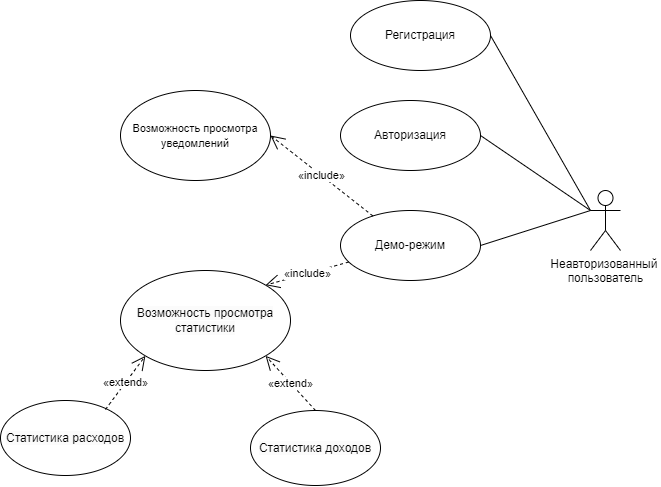
This is documentation/diagrams/Use_case_diagram_nonau.png from money-pie/moneypie, a draw.io export, as it was before one commit. Source tidied: cells renumbered, new cells last; positions are measured from the earlier drawing's top-left corner, leaving out a move shared by most shapes.
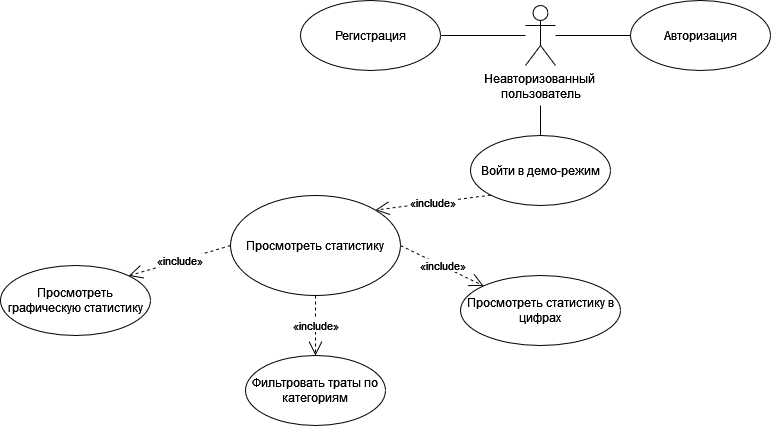
After the commit.

What changed in the source:
```diff
@@ -3,51 +3,51 @@
     <mxCell id="0" />
     <mxCell id="1" parent="0" />
     <mxCell id="2" value="Неавторизованный&amp;nbsp;&lt;br&gt;пользователь" style="shape=umlActor;verticalLabelPosition=bottom;verticalAlign=top;html=1;" parent="1" vertex="1">
-      <mxGeometry x="590" y="190" width="30" height="60" as="geometry" />
+      <mxGeometry x="405" y="90" width="30" height="60" as="geometry" />
     </mxCell>
+    <mxCell id="17" style="rounded=0;jettySize=auto;html=1;exitX=1;exitY=0.5;exitDx=0;exitDy=0;endArrow=none;endFill=0;" parent="1" edge="1" source="3" target="2">
+      <mxGeometry relative="1" as="geometry" />
+    </mxCell>
     <mxCell id="3" value="Регистрация" style="ellipse;whiteSpace=wrap;html=1;" parent="1" vertex="1">
-      <mxGeometry x="350" width="140" height="70" as="geometry" />
+      <mxGeometry x="180" y="85" width="140" height="70" as="geometry" />
     </mxCell>
+    <mxCell id="18" style="rounded=0;jettySize=auto;html=1;exitX=1;exitY=0.5;exitDx=0;exitDy=0;endArrow=none;endFill=0;" parent="1" edge="1" source="4" target="2">
+      <mxGeometry relative="1" as="geometry" />
+    </mxCell>
     <mxCell id="4" value="Авторизация" style="ellipse;whiteSpace=wrap;html=1;" parent="1" vertex="1">
-      <mxGeometry x="340" y="100" width="140" height="70" as="geometry" />
+      <mxGeometry x="510" y="85" width="140" height="70" as="geometry" />
     </mxCell>
+    <mxCell id="19" style="rounded=0;jettySize=auto;html=1;exitX=0.5;exitY=0;exitDx=0;exitDy=0;endArrow=none;endFill=0;" parent="1" edge="1" source="5">
+      <mxGeometry relative="1" as="geometry">
+        <mxPoint x="420" y="190" as="targetPoint" />
+      </mxGeometry>
+    </mxCell>
-    <mxCell id="5" value="Демо-режим" style="ellipse;whiteSpace=wrap;html=1;" parent="1" vertex="1">
-      <mxGeometry x="340" y="210" width="140" height="70" as="geometry" />
+    <mxCell id="5" value="Войти в демо-режим" style="ellipse;whiteSpace=wrap;html=1;" parent="1" vertex="1">
+      <mxGeometry x="350" y="220" width="140" height="70" as="geometry" />
     </mxCell>
-    <mxCell id="6" value="&lt;font style=&quot;font-size: 11px;&quot;&gt;Возможность просмотра уведомлений&lt;/font&gt;" style="ellipse;whiteSpace=wrap;html=1;" parent="1" vertex="1">
-      <mxGeometry x="120" y="90" width="150" height="90" as="geometry" />
-    </mxCell>
-    <mxCell id="7" value="&lt;span style=&quot;color: rgb(0, 0, 0); font-family: Helvetica; font-size: 12px; font-style: normal; font-variant-ligatures: normal; font-variant-caps: normal; font-weight: 400; letter-spacing: normal; orphans: 2; text-align: center; text-indent: 0px; text-transform: none; widows: 2; word-spacing: 0px; -webkit-text-stroke-width: 0px; background-color: rgb(251, 251, 251); text-decoration-thickness: initial; text-decoration-style: initial; text-decoration-color: initial; float: none; display: inline !important;&quot;&gt;Возможность просмотра статистики&lt;br&gt;&lt;/span&gt;" style="ellipse;whiteSpace=wrap;html=1;" parent="1" vertex="1">
-      <mxGeometry x="120" y="270" width="170" height="100" as="geometry" />
+    <mxCell id="7" value="Просмотреть статистику" style="ellipse;whiteSpace=wrap;html=1;" parent="1" vertex="1">
+      <mxGeometry x="110" y="280" width="170" height="100" as="geometry" />
     </mxCell>
-    <mxCell id="8" value="«include»" style="endArrow=open;endSize=12;dashed=1;html=1;rounded=0;entryX=1;entryY=0;entryDx=0;entryDy=0;" parent="1" edge="1" source="5" target="7">
+    <mxCell id="8" value="«include»" style="endArrow=open;endSize=12;dashed=1;html=1;rounded=0;entryX=1;entryY=0;entryDx=0;entryDy=0;exitX=0;exitY=1;exitDx=0;exitDy=0;" parent="1" edge="1" source="5" target="7">
       <mxGeometry relative="1" as="geometry" />
     </mxCell>
-    <mxCell id="9" value="«include»" style="endArrow=open;endSize=12;dashed=1;html=1;rounded=0;entryX=1;entryY=0.5;entryDx=0;entryDy=0;" parent="1" edge="1" source="5" target="6">
-      <mxGeometry relative="1" as="geometry" />
-    </mxCell>
-    <mxCell id="10" style="endArrow=none;html=1;rounded=0;exitX=0;exitY=0.3333333333333333;exitDx=0;exitDy=0;exitPerimeter=0;entryX=1;entryY=0.5;entryDx=0;entryDy=0;" parent="1" edge="1" source="2" target="3">
-      <mxGeometry relative="1" as="geometry" />
-    </mxCell>
-    <mxCell id="11" style="endArrow=none;html=1;rounded=0;exitX=0;exitY=0.3333333333333333;exitDx=0;exitDy=0;exitPerimeter=0;entryX=1;entryY=0.5;entryDx=0;entryDy=0;" parent="1" edge="1" source="2" target="4">
-      <mxGeometry relative="1" as="geometry" />
-    </mxCell>
-    <mxCell id="12" style="endArrow=none;html=1;rounded=0;entryX=1;entryY=0.5;entryDx=0;entryDy=0;" parent="1" edge="1" target="5">
-      <mxGeometry relative="1" as="geometry">
-        <mxPoint x="590" y="210" as="sourcePoint" />
-      </mxGeometry>
-    </mxCell>
-    <mxCell id="13" value="&lt;span style=&quot;color: rgb(0, 0, 0); font-family: Helvetica; font-size: 12px; font-style: normal; font-variant-ligatures: normal; font-variant-caps: normal; font-weight: 400; letter-spacing: normal; orphans: 2; text-align: center; text-indent: 0px; text-transform: none; widows: 2; word-spacing: 0px; -webkit-text-stroke-width: 0px; background-color: rgb(251, 251, 251); text-decoration-thickness: initial; text-decoration-style: initial; text-decoration-color: initial; float: none; display: inline !important;&quot;&gt;Статистика расходов&lt;br&gt;&lt;/span&gt;" style="ellipse;whiteSpace=wrap;html=1;" parent="1" vertex="1">
-      <mxGeometry y="400" width="130" height="75" as="geometry" />
-    </mxCell>
-    <mxCell id="14" value="&lt;span style=&quot;color: rgb(0, 0, 0); font-family: Helvetica; font-size: 12px; font-style: normal; font-variant-ligatures: normal; font-variant-caps: normal; font-weight: 400; letter-spacing: normal; orphans: 2; text-align: center; text-indent: 0px; text-transform: none; widows: 2; word-spacing: 0px; -webkit-text-stroke-width: 0px; background-color: rgb(251, 251, 251); text-decoration-thickness: initial; text-decoration-style: initial; text-decoration-color: initial; float: none; display: inline !important;&quot;&gt;Статистика доходов&lt;br&gt;&lt;/span&gt;" style="ellipse;whiteSpace=wrap;html=1;" parent="1" vertex="1">
-      <mxGeometry x="250" y="410" width="130" height="75" as="geometry" />
-    </mxCell>
-    <mxCell id="15" value="«extend»" style="endArrow=open;endSize=12;dashed=1;html=1;rounded=0;exitX=0.807;exitY=0.12;exitDx=0;exitDy=0;entryX=0;entryY=1;entryDx=0;entryDy=0;exitPerimeter=0;" parent="1" edge="1" source="13" target="7">
-      <mxGeometry relative="1" as="geometry" />
-    </mxCell>
-    <mxCell id="16" value="«extend»" style="endArrow=open;endSize=12;dashed=1;html=1;rounded=0;exitX=0.5;exitY=0;exitDx=0;exitDy=0;entryX=1;entryY=1;entryDx=0;entryDy=0;" parent="1" edge="1" source="14" target="7">
-      <mxGeometry relative="1" as="geometry" />
-    </mxCell>
+    <mxCell id="20" value="Фильтровать траты по категориям" style="ellipse;whiteSpace=wrap;html=1;" parent="1" vertex="1">
+      <mxGeometry x="125" y="440" width="140" height="70" as="geometry" />
+    </mxCell>
+    <mxCell id="21" value="«include»" style="endArrow=open;endSize=12;dashed=1;html=1;rounded=0;exitX=1;exitY=0.5;exitDx=0;exitDy=0;entryX=0;entryY=0;entryDx=0;entryDy=0;" parent="1" edge="1" source="7" target="24">
+      <mxGeometry relative="1" as="geometry" />
+    </mxCell>
+    <mxCell id="22" value="«include»" style="endArrow=open;endSize=12;dashed=1;html=1;rounded=0;exitX=0;exitY=0.5;exitDx=0;exitDy=0;entryX=1;entryY=0;entryDx=0;entryDy=0;" parent="1" edge="1" source="7" target="23">
+      <mxGeometry relative="1" as="geometry" />
+    </mxCell>
+    <mxCell id="23" value="Просмотреть графическую статистику" style="ellipse;whiteSpace=wrap;html=1;" parent="1" vertex="1">
+      <mxGeometry x="-120" y="350" width="150" height="70" as="geometry" />
+    </mxCell>
+    <mxCell id="24" value="Просмотреть статистику в цифрах" style="ellipse;whiteSpace=wrap;html=1;" parent="1" vertex="1">
+      <mxGeometry x="340" y="360" width="160" height="70" as="geometry" />
+    </mxCell>
+    <mxCell id="25" value="«include»" style="endArrow=open;endSize=12;dashed=1;html=1;rounded=0;exitX=0.5;exitY=1;exitDx=0;exitDy=0;entryX=0.5;entryY=0;entryDx=0;entryDy=0;" parent="1" edge="1" source="7" target="20">
+      <mxGeometry relative="1" as="geometry" />
+    </mxCell>
   </root>
 </mxGraphModel>
```
